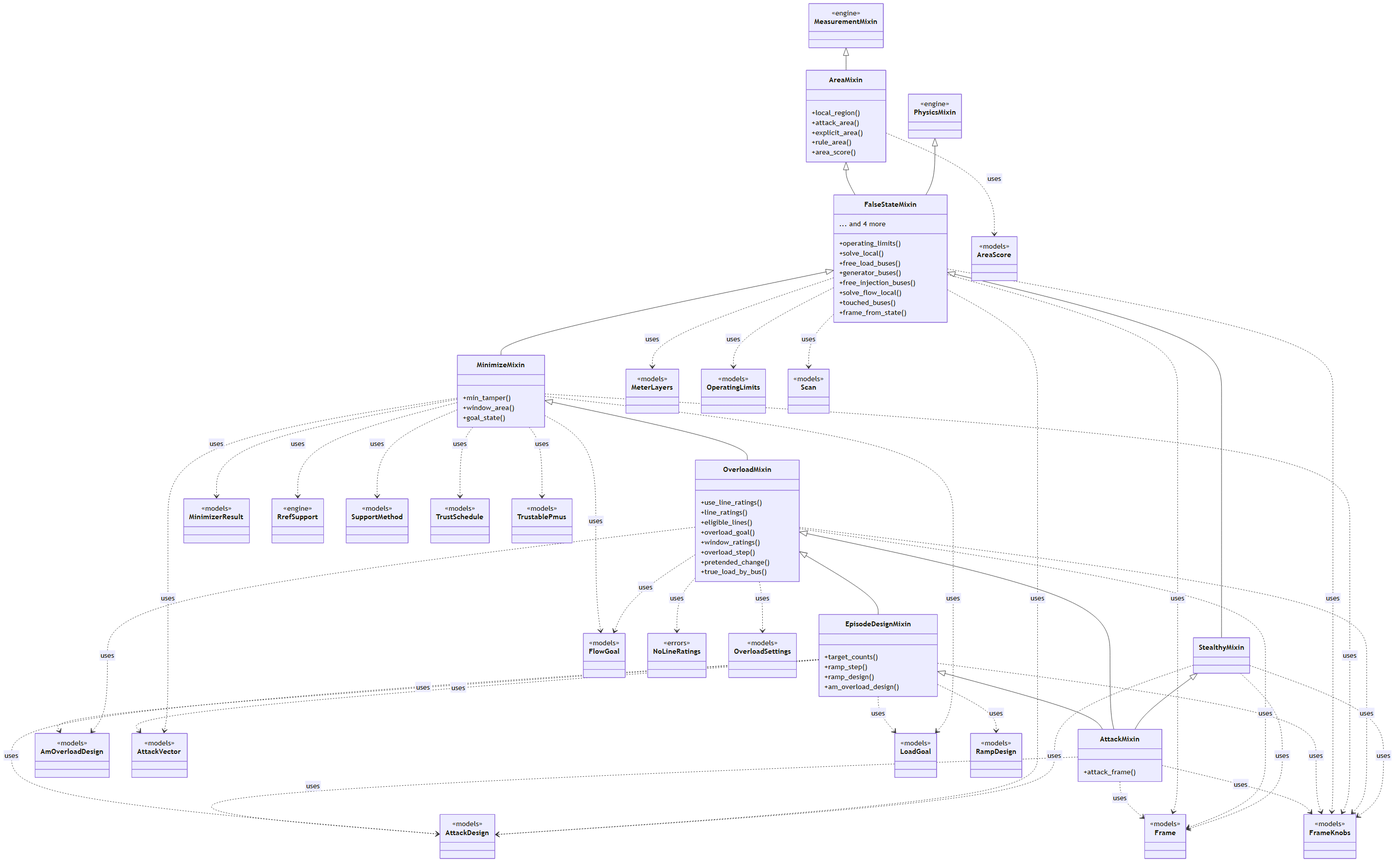
The Mermaid diagram docs/figures/diagrams/classes_attacks.png in myersben9/fdia-graph, before a commit. Its source is kept beside it as docs/figures/diagrams/classes_attacks.mmd.
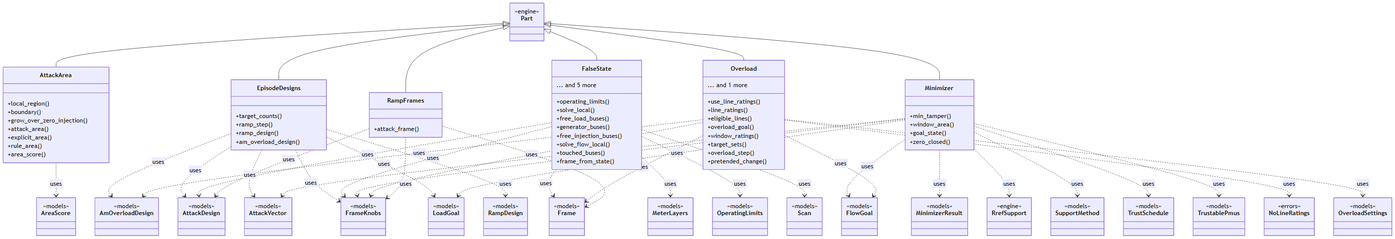
Above is the later version.

Diff of the diagram source:
```diff
@@ -1,12 +1,14 @@
 classDiagram
-    class AreaMixin {
+    class AttackArea {
         +local_region()
+        +boundary()
+        +grow_over_zero_injection()
         +attack_area()
         +explicit_area()
         +rule_area()
         +area_score()
     }
-    class FalseStateMixin {
+    class FalseState {
         +operating_limits()
         +solve_local()
         +free_load_buses()
@@ -15,33 +17,33 @@
         +solve_flow_local()
         +touched_buses()
         +frame_from_state()
-        ... and 4 more
+        ... and 5 more
     }
-    class MinimizeMixin {
+    class Minimizer {
         +min_tamper()
         +window_area()
         +goal_state()
+        +zero_closed()
     }
-    class OverloadMixin {
+    class Overload {
         +use_line_ratings()
         +line_ratings()
         +eligible_lines()
         +overload_goal()
         +window_ratings()
+        +target_sets()
         +overload_step()
         +pretended_change()
-        +true_load_by_bus()
+        ... and 1 more
     }
-    class StealthyMixin {
+    class RampFrames {
+        +attack_frame()
     }
-    class EpisodeDesignMixin {
+    class EpisodeDesigns {
         +target_counts()
         +ramp_step()
         +ramp_design()
         +am_overload_design()
-    }
-    class AttackMixin {
-        +attack_frame()
     }
     class AmOverloadDesign {
         <<models>>
@@ -67,9 +69,6 @@
     class LoadGoal {
         <<models>>
     }
-    class MeasurementMixin {
-        <<engine>>
-    }
     class MeterLayers {
         <<models>>
     }
@@ -85,7 +84,7 @@
     class OverloadSettings {
         <<models>>
     }
-    class PhysicsMixin {
+    class Part {
         <<engine>>
     }
     class RampDesign {
@@ -106,47 +105,40 @@
     class TrustablePmus {
         <<models>>
     }
-    AreaMixin <|-- FalseStateMixin
-    EpisodeDesignMixin <|-- AttackMixin
-    FalseStateMixin <|-- MinimizeMixin
-    FalseStateMixin <|-- StealthyMixin
-    MeasurementMixin <|-- AreaMixin
-    MinimizeMixin <|-- OverloadMixin
-    OverloadMixin <|-- AttackMixin
-    OverloadMixin <|-- EpisodeDesignMixin
-    PhysicsMixin <|-- FalseStateMixin
-    StealthyMixin <|-- AttackMixin
-    AreaMixin ..> AreaScore : uses
-    AttackMixin ..> AttackDesign : uses
-    AttackMixin ..> Frame : uses
-    AttackMixin ..> FrameKnobs : uses
-    EpisodeDesignMixin ..> AmOverloadDesign : uses
-    EpisodeDesignMixin ..> AttackDesign : uses
-    EpisodeDesignMixin ..> AttackVector : uses
-    EpisodeDesignMixin ..> FrameKnobs : uses
-    EpisodeDesignMixin ..> LoadGoal : uses
-    EpisodeDesignMixin ..> RampDesign : uses
-    FalseStateMixin ..> AttackDesign : uses
-    FalseStateMixin ..> Frame : uses
-    FalseStateMixin ..> FrameKnobs : uses
-    FalseStateMixin ..> MeterLayers : uses
-    FalseStateMixin ..> OperatingLimits : uses
-    FalseStateMixin ..> Scan : uses
-    MinimizeMixin ..> AttackVector : uses
-    MinimizeMixin ..> FlowGoal : uses
-    MinimizeMixin ..> FrameKnobs : uses
-    MinimizeMixin ..> LoadGoal : uses
-    MinimizeMixin ..> MinimizerResult : uses
-    MinimizeMixin ..> RrefSupport : uses
-    MinimizeMixin ..> SupportMethod : uses
-    MinimizeMixin ..> TrustSchedule : uses
-    MinimizeMixin ..> TrustablePmus : uses
-    OverloadMixin ..> AmOverloadDesign : uses
-    OverloadMixin ..> FlowGoal : uses
-    OverloadMixin ..> Frame : uses
-    OverloadMixin ..> FrameKnobs : uses
-    OverloadMixin ..> NoLineRatings : uses
-    OverloadMixin ..> OverloadSettings : uses
-    StealthyMixin ..> AttackDesign : uses
-    StealthyMixin ..> Frame : uses
-    StealthyMixin ..> FrameKnobs : uses
+    Part <|-- AttackArea
+    Part <|-- EpisodeDesigns
+    Part <|-- FalseState
+    Part <|-- Minimizer
+    Part <|-- Overload
+    Part <|-- RampFrames
+    AttackArea ..> AreaScore : uses
+    EpisodeDesigns ..> AmOverloadDesign : uses
+    EpisodeDesigns ..> AttackDesign : uses
+    EpisodeDesigns ..> AttackVector : uses
+    EpisodeDesigns ..> FrameKnobs : uses
+    EpisodeDesigns ..> LoadGoal : uses
+    EpisodeDesigns ..> RampDesign : uses
+    FalseState ..> AttackDesign : uses
+    FalseState ..> Frame : uses
+    FalseState ..> FrameKnobs : uses
+    FalseState ..> MeterLayers : uses
+    FalseState ..> OperatingLimits : uses
+    FalseState ..> Scan : uses
+    Minimizer ..> AttackVector : uses
+    Minimizer ..> FlowGoal : uses
+    Minimizer ..> FrameKnobs : uses
+    Minimizer ..> LoadGoal : uses
+    Minimizer ..> MinimizerResult : uses
+    Minimizer ..> RrefSupport : uses
+    Minimizer ..> SupportMethod : uses
+    Minimizer ..> TrustSchedule : uses
+    Minimizer ..> TrustablePmus : uses
+    Overload ..> AmOverloadDesign : uses
+    Overload ..> FlowGoal : uses
+    Overload ..> Frame : uses
+    Overload ..> FrameKnobs : uses
+    Overload ..> NoLineRatings : uses
+    Overload ..> OverloadSettings : uses
+    RampFrames ..> AttackDesign : uses
+    RampFrames ..> Frame : uses
+    RampFrames ..> FrameKnobs : uses
```
